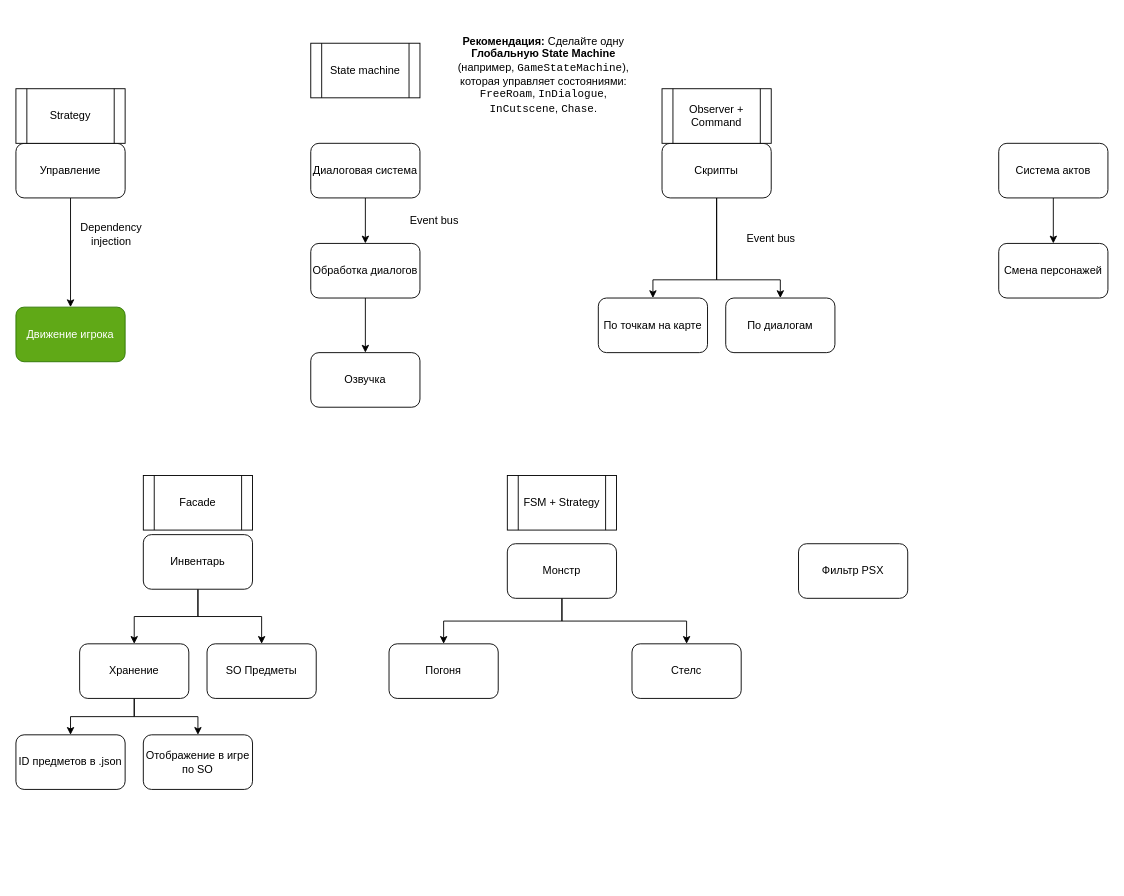
Earlier version of the draw.io diagram Архитектура.drawio (Mazeraser/HorrorGameTemplate). Source tidied: cells renumbered, new cells numbered last; positions are measured from the earlier drawing's top-left corner, leaving out a move shared by most shapes. Both pictures are drawn from the tidied source at 91%, with x=0, y=0 at pixel (15, 15).
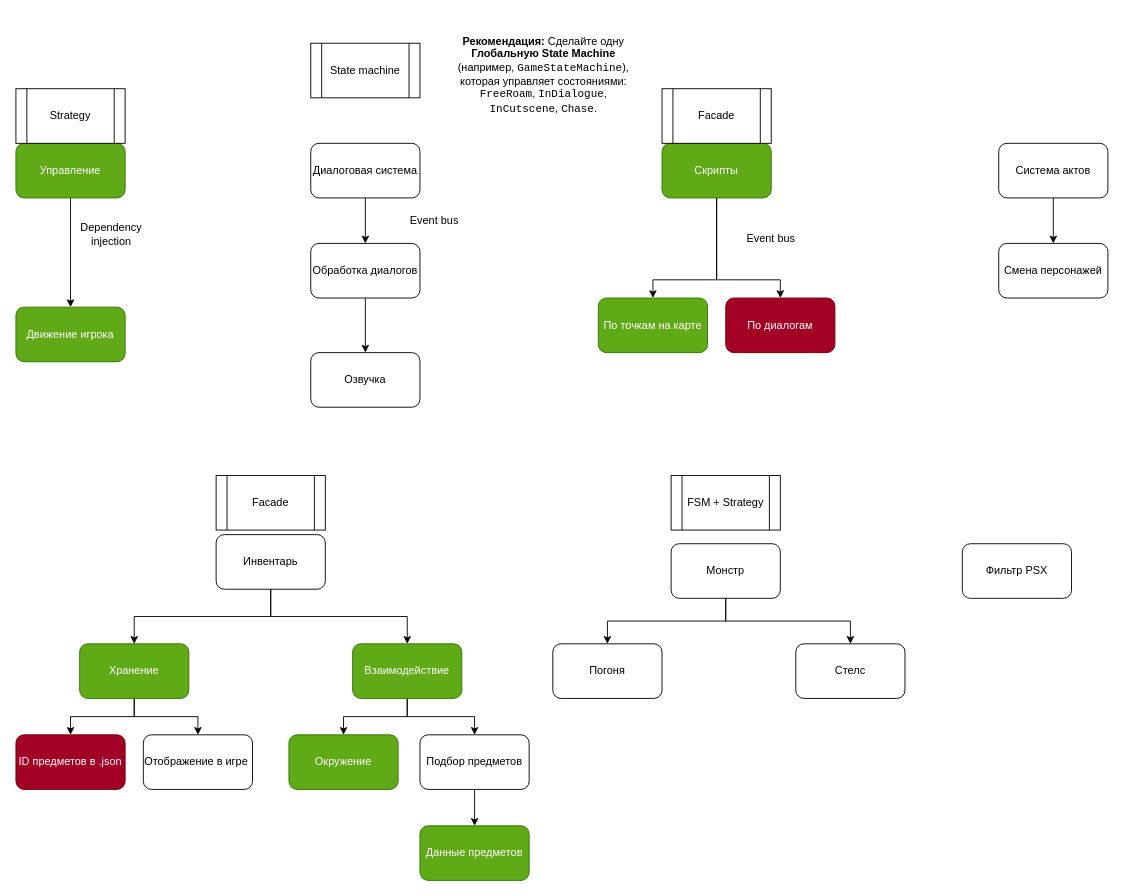
Above is the later version.

The edit, as a diff of the source:
```diff
@@
-    <mxCell id="4" value="&lt;div&gt;Управление&lt;/div&gt;" style="rounded=1;whiteSpace=wrap;html=1;" parent="1" vertex="1">
+    <mxCell id="4" value="&lt;div&gt;Управление&lt;/div&gt;" style="rounded=1;whiteSpace=wrap;html=1;fillColor=#60a917;fontColor=#ffffff;strokeColor=#2D7600;" parent="1" vertex="1">
       <mxGeometry y="140" width="120" height="60" as="geometry" />
     </mxCell>
@@
-    <mxCell id="12" value="&lt;div&gt;Скрипты&lt;/div&gt;" style="rounded=1;whiteSpace=wrap;html=1;" parent="1" vertex="1">
+    <mxCell id="12" value="&lt;div&gt;Скрипты&lt;/div&gt;" style="rounded=1;whiteSpace=wrap;html=1;fillColor=#60a917;fontColor=#ffffff;strokeColor=#2D7600;" parent="1" vertex="1">
       <mxGeometry x="710" y="140" width="120" height="60" as="geometry" />
     </mxCell>
-    <mxCell id="13" value="По точкам на карте" style="rounded=1;whiteSpace=wrap;html=1;" parent="1" vertex="1">
+    <mxCell id="13" value="По точкам на карте" style="rounded=1;whiteSpace=wrap;html=1;fillColor=#60a917;fontColor=#ffffff;strokeColor=#2D7600;" parent="1" vertex="1">
       <mxGeometry x="640" y="310" width="120" height="60" as="geometry" />
     </mxCell>
-    <mxCell id="14" value="По диалогам" style="rounded=1;whiteSpace=wrap;html=1;" parent="1" vertex="1">
+    <mxCell id="14" value="По диалогам" style="rounded=1;whiteSpace=wrap;html=1;fillColor=#a20025;fontColor=#ffffff;strokeColor=#6F0000;" parent="1" vertex="1">
       <mxGeometry x="780" y="310" width="120" height="60" as="geometry" />
     </mxCell>
@@
-    <mxCell id="20" value="Observer + Command" style="shape=process;whiteSpace=wrap;html=1;backgroundOutline=1;" parent="1" vertex="1">
+    <mxCell id="20" value="Facade" style="shape=process;whiteSpace=wrap;html=1;backgroundOutline=1;" parent="1" vertex="1">
       <mxGeometry x="710" y="80" width="120" height="60" as="geometry" />
     </mxCell>
@@
-    <mxCell id="22" style="edgeStyle=orthogonalEdgeStyle;rounded=0;jettySize=auto;html=1;exitX=0.5;exitY=1;exitDx=0;exitDy=0;" parent="1" edge="1" source="23" target="27">
-      <mxGeometry relative="1" as="geometry" />
-    </mxCell>
+    <mxCell id="42" style="edgeStyle=orthogonalEdgeStyle;rounded=0;jettySize=auto;html=1;exitX=0.5;exitY=1;exitDx=0;exitDy=0;entryX=0.5;entryY=0;entryDx=0;entryDy=0;" parent="1" edge="1" source="23" target="45">
+      <mxGeometry relative="1" as="geometry" />
+    </mxCell>
     <mxCell id="23" value="Инвентарь" style="rounded=1;whiteSpace=wrap;html=1;" parent="1" vertex="1">
-      <mxGeometry x="140" y="570" width="120" height="60" as="geometry" />
+      <mxGeometry x="220" y="570" width="120" height="60" as="geometry" />
     </mxCell>
@@
     <mxCell id="26" value="Монстр" style="rounded=1;whiteSpace=wrap;html=1;" parent="1" vertex="1">
-      <mxGeometry x="540" y="580" width="120" height="60" as="geometry" />
+      <mxGeometry x="720" y="580" width="120" height="60" as="geometry" />
     </mxCell>
-    <mxCell id="27" value="SO Предметы" style="rounded=1;whiteSpace=wrap;html=1;" parent="1" vertex="1">
-      <mxGeometry x="210" y="690" width="120" height="60" as="geometry" />
+    <mxCell id="27" value="Данные предметов" style="rounded=1;whiteSpace=wrap;html=1;fillColor=#60a917;fontColor=#ffffff;strokeColor=#2D7600;" parent="1" vertex="1">
+      <mxGeometry x="444" y="890" width="120" height="60" as="geometry" />
     </mxCell>
@@
-    <mxCell id="30" value="Хранение" style="rounded=1;whiteSpace=wrap;html=1;" parent="1" vertex="1">
+    <mxCell id="30" value="Хранение" style="rounded=1;whiteSpace=wrap;html=1;fillColor=#60a917;fontColor=#ffffff;strokeColor=#2D7600;" parent="1" vertex="1">
       <mxGeometry x="70" y="690" width="120" height="60" as="geometry" />
     </mxCell>
-    <mxCell id="31" value="ID предметов в .json" style="rounded=1;whiteSpace=wrap;html=1;" parent="1" vertex="1">
+    <mxCell id="31" value="ID предметов в .json" style="rounded=1;whiteSpace=wrap;html=1;fillColor=#a20025;fontColor=#ffffff;strokeColor=#6F0000;" parent="1" vertex="1">
       <mxGeometry y="790" width="120" height="60" as="geometry" />
     </mxCell>
-    <mxCell id="32" value="Отображение в игре по SO" style="rounded=1;whiteSpace=wrap;html=1;" parent="1" vertex="1">
+    <mxCell id="32" value="Отображение в игре&amp;nbsp;" style="rounded=1;whiteSpace=wrap;html=1;" parent="1" vertex="1">
       <mxGeometry x="140" y="790" width="120" height="60" as="geometry" />
     </mxCell>
     <mxCell id="33" value="Погоня" style="rounded=1;whiteSpace=wrap;html=1;" parent="1" vertex="1">
-      <mxGeometry x="410" y="690" width="120" height="60" as="geometry" />
+      <mxGeometry x="590" y="690" width="120" height="60" as="geometry" />
     </mxCell>
     <mxCell id="34" value="Стелс" style="rounded=1;whiteSpace=wrap;html=1;" parent="1" vertex="1">
-      <mxGeometry x="677" y="690" width="120" height="60" as="geometry" />
+      <mxGeometry x="857" y="690" width="120" height="60" as="geometry" />
     </mxCell>
@@
     <mxCell id="36" value="Фильтр PSX" style="rounded=1;whiteSpace=wrap;html=1;" parent="1" vertex="1">
-      <mxGeometry x="860" y="580" width="120" height="60" as="geometry" />
+      <mxGeometry x="1040" y="580" width="120" height="60" as="geometry" />
     </mxCell>
@@
     <mxCell id="40" value="Facade" style="shape=process;whiteSpace=wrap;html=1;backgroundOutline=1;" parent="1" vertex="1">
-      <mxGeometry x="140" y="505" width="120" height="60" as="geometry" />
+      <mxGeometry x="220" y="505" width="120" height="60" as="geometry" />
     </mxCell>
     <mxCell id="41" value="FSM + Strategy" style="shape=process;whiteSpace=wrap;html=1;backgroundOutline=1;" parent="1" vertex="1">
-      <mxGeometry x="540" y="505" width="120" height="60" as="geometry" />
+      <mxGeometry x="720" y="505" width="120" height="60" as="geometry" />
     </mxCell>
+    <mxCell id="43" style="edgeStyle=orthogonalEdgeStyle;rounded=0;jettySize=auto;html=1;exitX=0.5;exitY=1;exitDx=0;exitDy=0;entryX=0.5;entryY=0;entryDx=0;entryDy=0;" parent="1" edge="1" source="45" target="47">
+      <mxGeometry relative="1" as="geometry" />
+    </mxCell>
+    <mxCell id="44" style="edgeStyle=orthogonalEdgeStyle;rounded=0;jettySize=auto;html=1;exitX=0.5;exitY=1;exitDx=0;exitDy=0;entryX=0.5;entryY=0;entryDx=0;entryDy=0;" parent="1" edge="1" source="45" target="48">
+      <mxGeometry relative="1" as="geometry" />
+    </mxCell>
+    <mxCell id="45" value="Взаимодействие" style="rounded=1;whiteSpace=wrap;html=1;fillColor=#60a917;fontColor=#ffffff;strokeColor=#2D7600;" parent="1" vertex="1">
+      <mxGeometry x="370" y="690" width="120" height="60" as="geometry" />
+    </mxCell>
+    <mxCell id="46" style="edgeStyle=orthogonalEdgeStyle;rounded=0;jettySize=auto;html=1;exitX=0.5;exitY=1;exitDx=0;exitDy=0;entryX=0.5;entryY=0;entryDx=0;entryDy=0;" parent="1" edge="1" source="47" target="27">
+      <mxGeometry relative="1" as="geometry" />
+    </mxCell>
+    <mxCell id="47" value="Подбор предметов" style="rounded=1;whiteSpace=wrap;html=1;" parent="1" vertex="1">
+      <mxGeometry x="444" y="790" width="120" height="60" as="geometry" />
+    </mxCell>
+    <mxCell id="48" value="Окружение" style="rounded=1;whiteSpace=wrap;html=1;fillColor=#60a917;fontColor=#ffffff;strokeColor=#2D7600;" parent="1" vertex="1">
+      <mxGeometry x="300" y="790" width="120" height="60" as="geometry" />
+    </mxCell>
```
